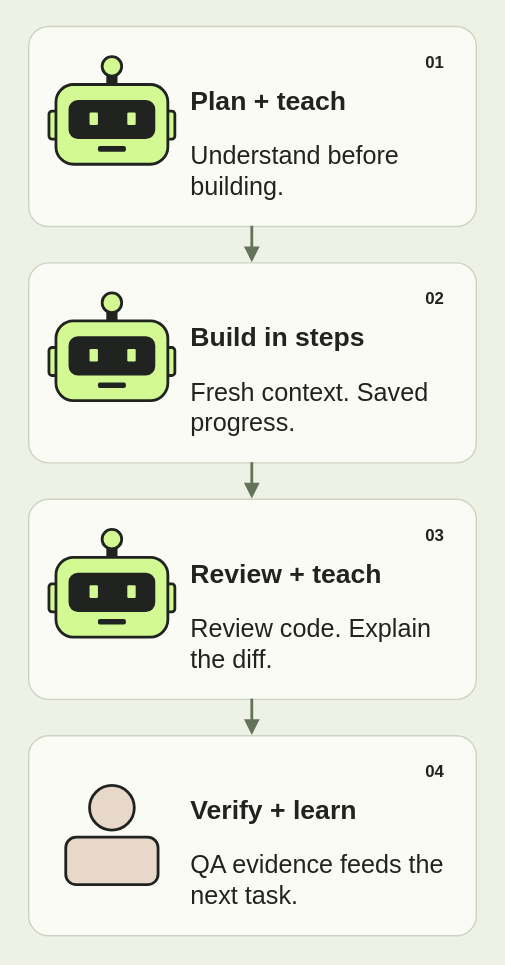
Before: images/agents/workflow-mobile.svg, a diagram exported from draw.io (youngfreezy/youngfreezy.github.io). Source tidied: cells renumbered, new cells last; positions are measured from the earlier drawing's top-left corner, leaving out a move shared by most shapes.
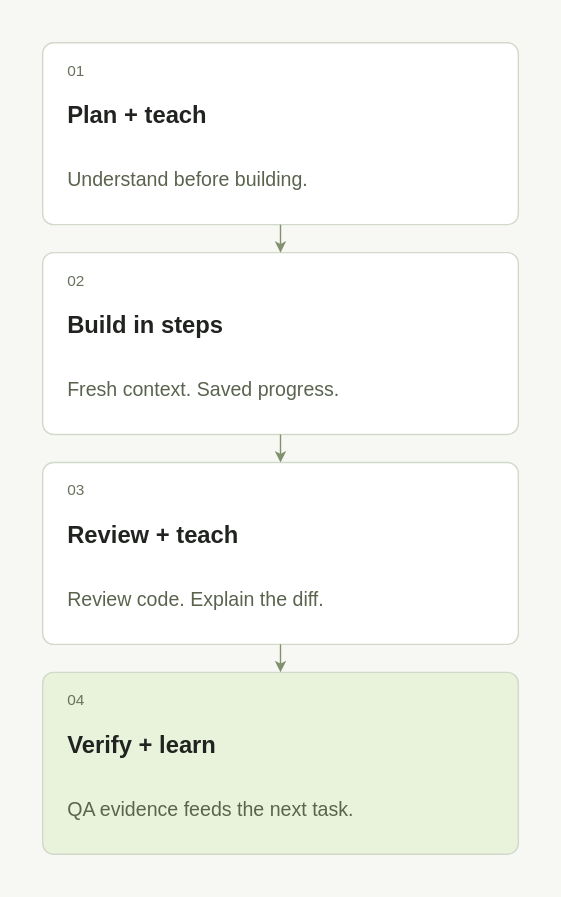
The same file after the commit.

What changed in the source:
```diff
@@ -1,153 +1,66 @@
-<mxGraphModel background="#eef1e6">
+<mxGraphModel background="#f7f8f4">
   <root>
     <mxCell id="0" />
     <mxCell id="1" parent="0" />
-    <mxCell id="2" style="fillColor=#eef1e6;strokeColor=none;html=1;fontFamily=Helvetica;fontColor=#20231f;" parent="1" vertex="1">
-      <mxGeometry width="360" height="688" as="geometry" />
-    </mxCell>
-    <mxCell id="3" style="rounded=1;arcSize=10;fillColor=#fafbf5;strokeColor=#cdd3c3;strokeWidth=1;html=1;fontFamily=Helvetica;fontColor=#20231f;" parent="1" vertex="1">
-      <mxGeometry x="20" y="18" width="320" height="143" as="geometry" />
-    </mxCell>
-    <mxCell id="4" style="rounded=1;arcSize=22;strokeWidth=2;strokeColor=#20231f;fillColor=#20231f;html=1;fontFamily=Helvetica;fontColor=#20231f;" parent="3" vertex="1">
-      <mxGeometry x="57" y="29" width="6" height="14" as="geometry" />
-    </mxCell>
-    <mxCell id="5" style="ellipse;fillColor=#d3f993;strokeColor=#20231f;strokeWidth=2;html=1;fontFamily=Helvetica;fontColor=#20231f;" parent="3" vertex="1">
-      <mxGeometry x="53" y="22" width="14" height="14" as="geometry" />
-    </mxCell>
-    <mxCell id="6" style="rounded=1;arcSize=22;strokeWidth=2;strokeColor=#20231f;fillColor=#d3f993;html=1;fontFamily=Helvetica;fontColor=#20231f;" parent="3" vertex="1">
-      <mxGeometry x="15" y="61" width="10" height="20" as="geometry" />
-    </mxCell>
-    <mxCell id="7" style="rounded=1;arcSize=22;strokeWidth=2;strokeColor=#20231f;fillColor=#d3f993;html=1;fontFamily=Helvetica;fontColor=#20231f;" parent="3" vertex="1">
-      <mxGeometry x="95" y="61" width="10" height="20" as="geometry" />
-    </mxCell>
-    <mxCell id="8" style="rounded=1;arcSize=22;strokeWidth=2;strokeColor=#20231f;fillColor=#d3f993;html=1;fontFamily=Helvetica;fontColor=#20231f;" parent="3" vertex="1">
-      <mxGeometry x="20" y="42" width="80" height="57" as="geometry" />
-    </mxCell>
-    <mxCell id="9" style="rounded=1;arcSize=22;strokeWidth=2;strokeColor=#20231f;fillColor=#20231f;html=1;fontFamily=Helvetica;fontColor=#20231f;" parent="3" vertex="1">
-      <mxGeometry x="30" y="54" width="60" height="26" as="geometry" />
-    </mxCell>
-    <mxCell id="10" style="rounded=1;fillColor=#d3f993;strokeColor=none;html=1;fontFamily=Helvetica;fontColor=#20231f;" parent="3" vertex="1">
-      <mxGeometry x="44" y="62" width="6" height="9" as="geometry" />
-    </mxCell>
-    <mxCell id="11" style="rounded=1;fillColor=#d3f993;strokeColor=none;html=1;fontFamily=Helvetica;fontColor=#20231f;" parent="3" vertex="1">
-      <mxGeometry x="71" y="62" width="6" height="9" as="geometry" />
-    </mxCell>
-    <mxCell id="12" style="rounded=1;arcSize=22;strokeWidth=2;strokeColor=#20231f;fillColor=#20231f;html=1;fontFamily=Helvetica;fontColor=#20231f;" parent="3" vertex="1">
-      <mxGeometry x="51" y="87" width="18" height="2" as="geometry" />
-    </mxCell>
+    <mxCell id="51" style="html=1;fontFamily=Helvetica;fillColor=#f7f8f4;strokeColor=none;" parent="1" vertex="1">
+      <mxGeometry width="400" height="640" as="geometry" />
+    </mxCell>
+    <mxCell id="52" style="html=1;fontFamily=Helvetica;rounded=1;arcSize=6;fillColor=#ffffff;strokeColor=#d3d9ca;" parent="51" vertex="1">
+      <mxGeometry x="30" y="30" width="340" height="130" as="geometry" />
+    </mxCell>
-    <mxCell id="13" value="01" style="text;strokeColor=none;fillColor=none;fontSize=12;fontStyle=1;html=1;fontFamily=Helvetica;fontColor=#20231f;" parent="3" vertex="1">
-      <mxGeometry x="282" y="12" width="24" height="22" as="geometry" />
+    <mxCell id="13" value="01" style="html=1;fontFamily=Helvetica;text;whiteSpace=wrap;align=left;verticalAlign=middle;fillColor=none;strokeColor=none;fontSize=11;fontColor=#68725c;" parent="52" vertex="1">
+      <mxGeometry x="16" y="12" width="308" height="16" as="geometry" />
     </mxCell>
-    <mxCell id="14" value="Plan + teach" style="text;strokeColor=none;fillColor=none;fontSize=19;fontStyle=1;align=left;html=1;fontFamily=Helvetica;fontColor=#20231f;" parent="3" vertex="1">
-      <mxGeometry x="114" y="36" width="190" height="32" as="geometry" />
+    <mxCell id="14" value="Plan + teach" style="html=1;fontFamily=Helvetica;text;whiteSpace=wrap;align=left;verticalAlign=middle;fillColor=none;strokeColor=none;fontSize=17;fontColor=#20231f;fontStyle=1;" parent="52" vertex="1">
+      <mxGeometry x="16" y="34" width="308" height="38" as="geometry" />
     </mxCell>
-    <mxCell id="15" value="Understand before building." style="text;whiteSpace=wrap;strokeColor=none;fillColor=none;fontSize=18;align=left;html=1;fontFamily=Helvetica;fontColor=#20231f;" parent="3" vertex="1">
-      <mxGeometry x="114" y="76" width="184" height="48" as="geometry" />
+    <mxCell id="15" value="Understand before building." style="html=1;fontFamily=Helvetica;text;whiteSpace=wrap;align=left;verticalAlign=middle;fillColor=none;strokeColor=none;fontSize=14;fontColor=#59634e;" parent="52" vertex="1">
+      <mxGeometry x="16" y="80" width="308" height="36" as="geometry" />
     </mxCell>
-    <mxCell id="16" style="rounded=1;arcSize=10;fillColor=#fafbf5;strokeColor=#cdd3c3;strokeWidth=1;html=1;fontFamily=Helvetica;fontColor=#20231f;" parent="1" vertex="1">
-      <mxGeometry x="20" y="187" width="320" height="143" as="geometry" />
-    </mxCell>
-    <mxCell id="17" style="rounded=1;arcSize=22;strokeWidth=2;strokeColor=#20231f;fillColor=#20231f;html=1;fontFamily=Helvetica;fontColor=#20231f;" parent="16" vertex="1">
-      <mxGeometry x="57" y="29" width="6" height="14" as="geometry" />
-    </mxCell>
-    <mxCell id="18" style="ellipse;fillColor=#d3f993;strokeColor=#20231f;strokeWidth=2;html=1;fontFamily=Helvetica;fontColor=#20231f;" parent="16" vertex="1">
-      <mxGeometry x="53" y="22" width="14" height="14" as="geometry" />
-    </mxCell>
-    <mxCell id="19" style="rounded=1;arcSize=22;strokeWidth=2;strokeColor=#20231f;fillColor=#d3f993;html=1;fontFamily=Helvetica;fontColor=#20231f;" parent="16" vertex="1">
-      <mxGeometry x="15" y="61" width="10" height="20" as="geometry" />
-    </mxCell>
-    <mxCell id="20" style="rounded=1;arcSize=22;strokeWidth=2;strokeColor=#20231f;fillColor=#d3f993;html=1;fontFamily=Helvetica;fontColor=#20231f;" parent="16" vertex="1">
-      <mxGeometry x="95" y="61" width="10" height="20" as="geometry" />
-    </mxCell>
-    <mxCell id="21" style="rounded=1;arcSize=22;strokeWidth=2;strokeColor=#20231f;fillColor=#d3f993;html=1;fontFamily=Helvetica;fontColor=#20231f;" parent="16" vertex="1">
-      <mxGeometry x="20" y="42" width="80" height="57" as="geometry" />
-    </mxCell>
-    <mxCell id="22" style="rounded=1;arcSize=22;strokeWidth=2;strokeColor=#20231f;fillColor=#20231f;html=1;fontFamily=Helvetica;fontColor=#20231f;" parent="16" vertex="1">
-      <mxGeometry x="30" y="54" width="60" height="26" as="geometry" />
-    </mxCell>
-    <mxCell id="23" style="rounded=1;fillColor=#d3f993;strokeColor=none;html=1;fontFamily=Helvetica;fontColor=#20231f;" parent="16" vertex="1">
-      <mxGeometry x="44" y="62" width="6" height="9" as="geometry" />
-    </mxCell>
-    <mxCell id="24" style="rounded=1;fillColor=#d3f993;strokeColor=none;html=1;fontFamily=Helvetica;fontColor=#20231f;" parent="16" vertex="1">
-      <mxGeometry x="71" y="62" width="6" height="9" as="geometry" />
-    </mxCell>
-    <mxCell id="25" style="rounded=1;arcSize=22;strokeWidth=2;strokeColor=#20231f;fillColor=#20231f;html=1;fontFamily=Helvetica;fontColor=#20231f;" parent="16" vertex="1">
-      <mxGeometry x="51" y="87" width="18" height="2" as="geometry" />
-    </mxCell>
+    <mxCell id="53" style="html=1;fontFamily=Helvetica;rounded=1;arcSize=6;fillColor=#ffffff;strokeColor=#d3d9ca;" parent="51" vertex="1">
+      <mxGeometry x="30" y="180" width="340" height="130" as="geometry" />
+    </mxCell>
-    <mxCell id="26" value="02" style="text;strokeColor=none;fillColor=none;fontSize=12;fontStyle=1;html=1;fontFamily=Helvetica;fontColor=#20231f;" parent="16" vertex="1">
-      <mxGeometry x="282" y="12" width="24" height="22" as="geometry" />
+    <mxCell id="26" value="02" style="html=1;fontFamily=Helvetica;text;whiteSpace=wrap;align=left;verticalAlign=middle;fillColor=none;strokeColor=none;fontSize=11;fontColor=#68725c;" parent="53" vertex="1">
+      <mxGeometry x="16" y="12" width="308" height="16" as="geometry" />
     </mxCell>
-    <mxCell id="27" value="Build in steps" style="text;strokeColor=none;fillColor=none;fontSize=19;fontStyle=1;align=left;html=1;fontFamily=Helvetica;fontColor=#20231f;" parent="16" vertex="1">
-      <mxGeometry x="114" y="36" width="190" height="32" as="geometry" />
+    <mxCell id="27" value="Build in steps" style="html=1;fontFamily=Helvetica;text;whiteSpace=wrap;align=left;verticalAlign=middle;fillColor=none;strokeColor=none;fontSize=17;fontColor=#20231f;fontStyle=1;" parent="53" vertex="1">
+      <mxGeometry x="16" y="34" width="308" height="38" as="geometry" />
     </mxCell>
-    <mxCell id="28" value="Fresh context. Saved progress." style="text;whiteSpace=wrap;strokeColor=none;fillColor=none;fontSize=18;align=left;html=1;fontFamily=Helvetica;fontColor=#20231f;" parent="16" vertex="1">
-      <mxGeometry x="114" y="76" width="184" height="48" as="geometry" />
+    <mxCell id="28" value="Fresh context. Saved progress." style="html=1;fontFamily=Helvetica;text;whiteSpace=wrap;align=left;verticalAlign=middle;fillColor=none;strokeColor=none;fontSize=14;fontColor=#59634e;" parent="53" vertex="1">
+      <mxGeometry x="16" y="80" width="308" height="36" as="geometry" />
     </mxCell>
-    <mxCell id="29" style="rounded=1;arcSize=10;fillColor=#fafbf5;strokeColor=#cdd3c3;strokeWidth=1;html=1;fontFamily=Helvetica;fontColor=#20231f;" parent="1" vertex="1">
-      <mxGeometry x="20" y="356" width="320" height="143" as="geometry" />
-    </mxCell>
-    <mxCell id="30" style="rounded=1;arcSize=22;strokeWidth=2;strokeColor=#20231f;fillColor=#20231f;html=1;fontFamily=Helvetica;fontColor=#20231f;" parent="29" vertex="1">
-      <mxGeometry x="57" y="29" width="6" height="14" as="geometry" />
-    </mxCell>
-    <mxCell id="31" style="ellipse;fillColor=#d3f993;strokeColor=#20231f;strokeWidth=2;html=1;fontFamily=Helvetica;fontColor=#20231f;" parent="29" vertex="1">
-      <mxGeometry x="53" y="22" width="14" height="14" as="geometry" />
-    </mxCell>
-    <mxCell id="32" style="rounded=1;arcSize=22;strokeWidth=2;strokeColor=#20231f;fillColor=#d3f993;html=1;fontFamily=Helvetica;fontColor=#20231f;" parent="29" vertex="1">
-      <mxGeometry x="15" y="61" width="10" height="20" as="geometry" />
-    </mxCell>
-    <mxCell id="33" style="rounded=1;arcSize=22;strokeWidth=2;strokeColor=#20231f;fillColor=#d3f993;html=1;fontFamily=Helvetica;fontColor=#20231f;" parent="29" vertex="1">
-      <mxGeometry x="95" y="61" width="10" height="20" as="geometry" />
-    </mxCell>
-    <mxCell id="34" style="rounded=1;arcSize=22;strokeWidth=2;strokeColor=#20231f;fillColor=#d3f993;html=1;fontFamily=Helvetica;fontColor=#20231f;" parent="29" vertex="1">
-      <mxGeometry x="20" y="42" width="80" height="57" as="geometry" />
-    </mxCell>
-    <mxCell id="35" style="rounded=1;arcSize=22;strokeWidth=2;strokeColor=#20231f;fillColor=#20231f;html=1;fontFamily=Helvetica;fontColor=#20231f;" parent="29" vertex="1">
-      <mxGeometry x="30" y="54" width="60" height="26" as="geometry" />
-    </mxCell>
-    <mxCell id="36" style="rounded=1;fillColor=#d3f993;strokeColor=none;html=1;fontFamily=Helvetica;fontColor=#20231f;" parent="29" vertex="1">
-      <mxGeometry x="44" y="62" width="6" height="9" as="geometry" />
-    </mxCell>
-    <mxCell id="37" style="rounded=1;fillColor=#d3f993;strokeColor=none;html=1;fontFamily=Helvetica;fontColor=#20231f;" parent="29" vertex="1">
-      <mxGeometry x="71" y="62" width="6" height="9" as="geometry" />
-    </mxCell>
-    <mxCell id="38" style="rounded=1;arcSize=22;strokeWidth=2;strokeColor=#20231f;fillColor=#20231f;html=1;fontFamily=Helvetica;fontColor=#20231f;" parent="29" vertex="1">
-      <mxGeometry x="51" y="87" width="18" height="2" as="geometry" />
-    </mxCell>
+    <mxCell id="54" style="edgeStyle=orthogonalEdgeStyle;rounded=1;jettySize=auto;strokeColor=#82916e;strokeWidth=1;endArrow=classic;endSize=5;exitX=.5;exitY=1;entryX=.5;entryY=0;" parent="51" edge="1" source="52" target="53">
+      <mxGeometry relative="1" as="geometry" />
+    </mxCell>
+    <mxCell id="55" style="html=1;fontFamily=Helvetica;rounded=1;arcSize=6;fillColor=#ffffff;strokeColor=#d3d9ca;" parent="51" vertex="1">
+      <mxGeometry x="30" y="330" width="340" height="130" as="geometry" />
+    </mxCell>
-    <mxCell id="39" value="03" style="text;strokeColor=none;fillColor=none;fontSize=12;fontStyle=1;html=1;fontFamily=Helvetica;fontColor=#20231f;" parent="29" vertex="1">
-      <mxGeometry x="282" y="12" width="24" height="22" as="geometry" />
+    <mxCell id="39" value="03" style="html=1;fontFamily=Helvetica;text;whiteSpace=wrap;align=left;verticalAlign=middle;fillColor=none;strokeColor=none;fontSize=11;fontColor=#68725c;" parent="55" vertex="1">
+      <mxGeometry x="16" y="12" width="308" height="16" as="geometry" />
     </mxCell>
-    <mxCell id="40" value="Review + teach" style="text;strokeColor=none;fillColor=none;fontSize=19;fontStyle=1;align=left;html=1;fontFamily=Helvetica;fontColor=#20231f;" parent="29" vertex="1">
-      <mxGeometry x="114" y="36" width="190" height="32" as="geometry" />
+    <mxCell id="40" value="Review + teach" style="html=1;fontFamily=Helvetica;text;whiteSpace=wrap;align=left;verticalAlign=middle;fillColor=none;strokeColor=none;fontSize=17;fontColor=#20231f;fontStyle=1;" parent="55" vertex="1">
+      <mxGeometry x="16" y="34" width="308" height="38" as="geometry" />
     </mxCell>
-    <mxCell id="41" value="Review code. Explain the diff." style="text;whiteSpace=wrap;strokeColor=none;fillColor=none;fontSize=18;align=left;html=1;fontFamily=Helvetica;fontColor=#20231f;" parent="29" vertex="1">
-      <mxGeometry x="114" y="76" width="184" height="48" as="geometry" />
+    <mxCell id="41" value="Review code. Explain the diff." style="html=1;fontFamily=Helvetica;text;whiteSpace=wrap;align=left;verticalAlign=middle;fillColor=none;strokeColor=none;fontSize=14;fontColor=#59634e;" parent="55" vertex="1">
+      <mxGeometry x="16" y="80" width="308" height="36" as="geometry" />
     </mxCell>
-    <mxCell id="42" style="rounded=1;arcSize=10;fillColor=#fafbf5;strokeColor=#cdd3c3;strokeWidth=1;html=1;fontFamily=Helvetica;fontColor=#20231f;" parent="1" vertex="1">
-      <mxGeometry x="20" y="525" width="320" height="143" as="geometry" />
-    </mxCell>
-    <mxCell id="43" style="ellipse;fillColor=#e8d8c9;strokeColor=#20231f;strokeWidth=2;html=1;fontFamily=Helvetica;fontColor=#20231f;" parent="42" vertex="1">
-      <mxGeometry x="44" y="36" width="32" height="32" as="geometry" />
-    </mxCell>
-    <mxCell id="44" style="rounded=1;arcSize=22;strokeWidth=2;strokeColor=#20231f;fillColor=#e8d8c9;html=1;fontFamily=Helvetica;fontColor=#20231f;" parent="42" vertex="1">
-      <mxGeometry x="27" y="73" width="66" height="34" as="geometry" />
-    </mxCell>
+    <mxCell id="56" style="edgeStyle=orthogonalEdgeStyle;rounded=1;jettySize=auto;strokeColor=#82916e;strokeWidth=1;endArrow=classic;endSize=5;exitX=.5;exitY=1;entryX=.5;entryY=0;" parent="51" edge="1" source="53" target="55">
+      <mxGeometry relative="1" as="geometry" />
+    </mxCell>
+    <mxCell id="57" style="html=1;fontFamily=Helvetica;rounded=1;arcSize=6;fillColor=#e9f3db;strokeColor=#d3d9ca;" parent="51" vertex="1">
+      <mxGeometry x="30" y="480" width="340" height="130" as="geometry" />
+    </mxCell>
-    <mxCell id="45" value="04" style="text;strokeColor=none;fillColor=none;fontSize=12;fontStyle=1;html=1;fontFamily=Helvetica;fontColor=#20231f;" parent="42" vertex="1">
-      <mxGeometry x="282" y="12" width="24" height="22" as="geometry" />
+    <mxCell id="45" value="04" style="html=1;fontFamily=Helvetica;text;whiteSpace=wrap;align=left;verticalAlign=middle;fillColor=none;strokeColor=none;fontSize=11;fontColor=#68725c;" parent="57" vertex="1">
+      <mxGeometry x="16" y="12" width="308" height="16" as="geometry" />
     </mxCell>
-    <mxCell id="46" value="Verify + learn" style="text;strokeColor=none;fillColor=none;fontSize=19;fontStyle=1;align=left;html=1;fontFamily=Helvetica;fontColor=#20231f;" parent="42" vertex="1">
-      <mxGeometry x="114" y="36" width="190" height="32" as="geometry" />
+    <mxCell id="46" value="Verify + learn" style="html=1;fontFamily=Helvetica;text;whiteSpace=wrap;align=left;verticalAlign=middle;fillColor=none;strokeColor=none;fontSize=17;fontColor=#20231f;fontStyle=1;" parent="57" vertex="1">
+      <mxGeometry x="16" y="34" width="308" height="38" as="geometry" />
     </mxCell>
-    <mxCell id="47" value="QA evidence feeds the next task." style="text;whiteSpace=wrap;strokeColor=none;fillColor=none;fontSize=18;align=left;html=1;fontFamily=Helvetica;fontColor=#20231f;" parent="42" vertex="1">
-      <mxGeometry x="114" y="76" width="184" height="48" as="geometry" />
+    <mxCell id="47" value="QA evidence feeds the next task." style="html=1;fontFamily=Helvetica;text;whiteSpace=wrap;align=left;verticalAlign=middle;fillColor=none;strokeColor=none;fontSize=14;fontColor=#59634e;" parent="57" vertex="1">
+      <mxGeometry x="16" y="80" width="308" height="36" as="geometry" />
     </mxCell>
-    <mxCell id="48" style="edgeStyle=orthogonalEdgeStyle;rounded=1;jettySize=auto;strokeColor=#66735b;strokeWidth=2;endArrow=block;endFill=1;exitX=0.5;exitY=1;entryX=0.5;entryY=0;" parent="1" edge="1" source="3" target="16">
-      <mxGeometry relative="1" as="geometry" />
-    </mxCell>
-    <mxCell id="49" style="edgeStyle=orthogonalEdgeStyle;rounded=1;jettySize=auto;strokeColor=#66735b;strokeWidth=2;endArrow=block;endFill=1;exitX=0.5;exitY=1;entryX=0.5;entryY=0;" parent="1" edge="1" source="16" target="29">
-      <mxGeometry relative="1" as="geometry" />
-    </mxCell>
-    <mxCell id="50" style="edgeStyle=orthogonalEdgeStyle;rounded=1;jettySize=auto;strokeColor=#66735b;strokeWidth=2;endArrow=block;endFill=1;exitX=0.5;exitY=1;entryX=0.5;entryY=0;" parent="1" edge="1" source="29" target="42">
-      <mxGeometry relative="1" as="geometry" />
-    </mxCell>
+    <mxCell id="58" style="edgeStyle=orthogonalEdgeStyle;rounded=1;jettySize=auto;strokeColor=#82916e;strokeWidth=1;endArrow=classic;endSize=5;exitX=.5;exitY=1;entryX=.5;entryY=0;" parent="51" edge="1" source="55" target="57">
+      <mxGeometry relative="1" as="geometry" />
+    </mxCell>
   </root>
 </mxGraphModel>
```
